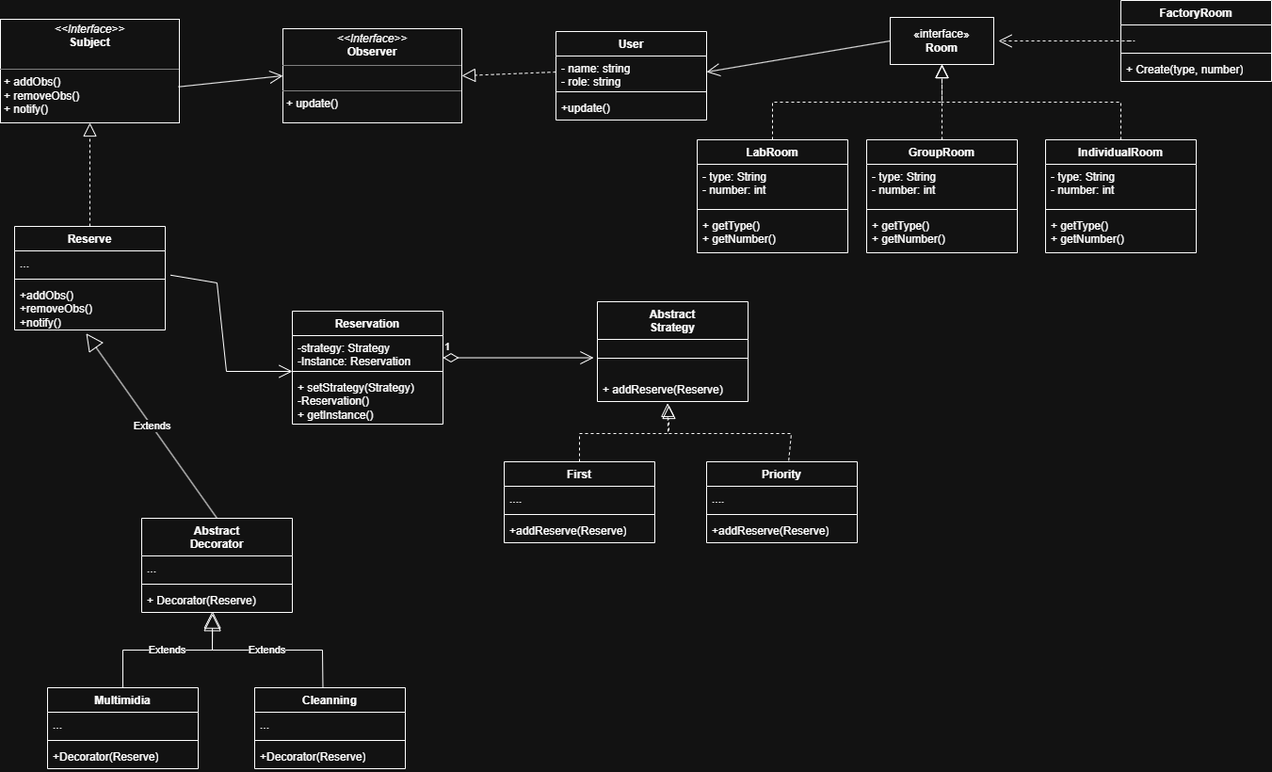
This is docs/UML.png from MarcosUeda42/reservaSala, a draw.io export, as it was before one commit. Source tidied: cells renumbered, new cells last; positions are measured from the earlier drawing's top-left corner, leaving out a move shared by most shapes.
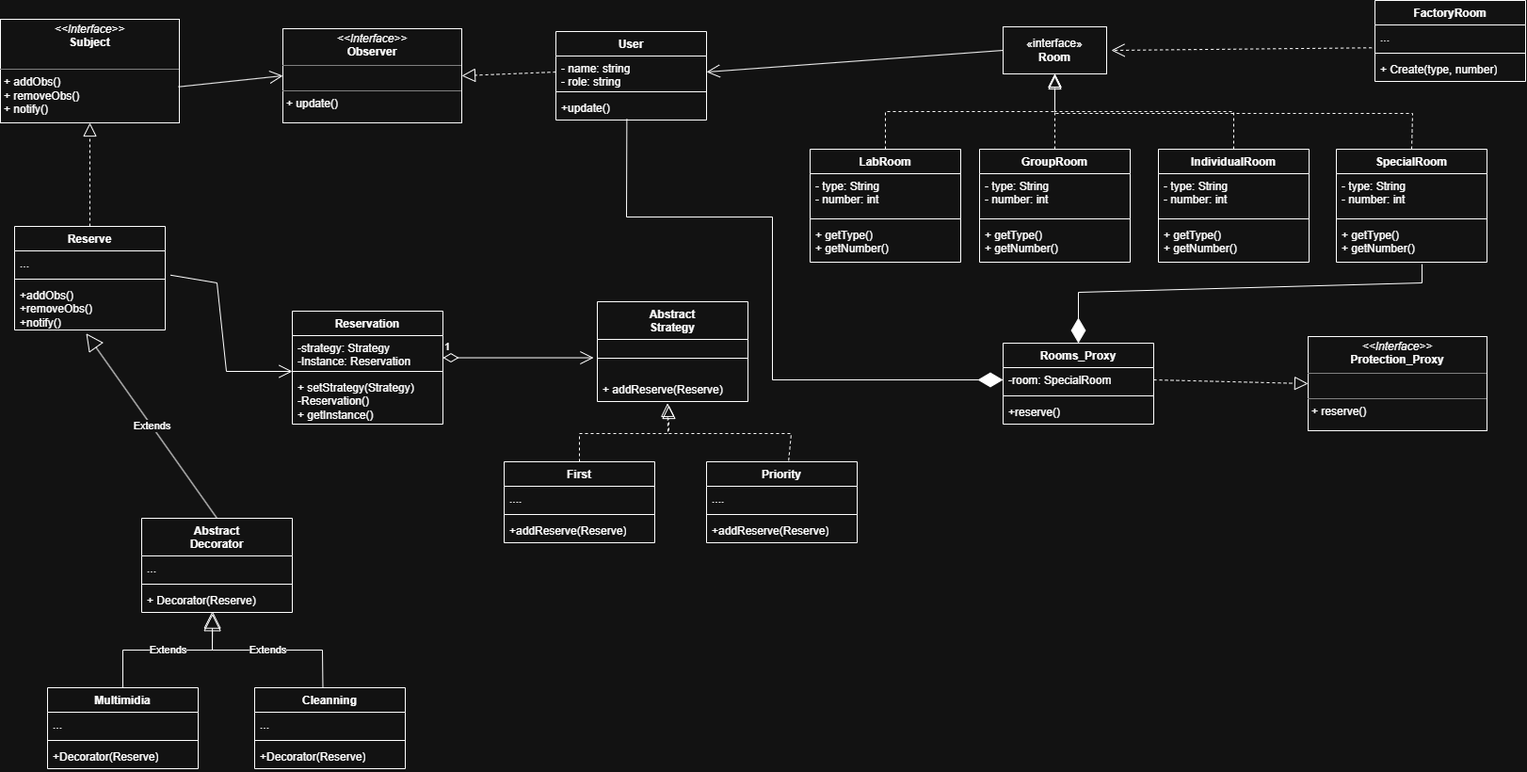
Later version of the same file.

Commit message:
criado arquivo com a descrição do problema e nova UML

Diff of the diagram source:
```diff
@@ -3,10 +3,10 @@
     <mxCell id="0" />
     <mxCell id="1" parent="0" />
     <mxCell id="2" value="«interface»&lt;br&gt;&lt;b&gt;Room&lt;/b&gt;" style="html=1;whiteSpace=wrap;" parent="1" vertex="1">
-      <mxGeometry x="945" y="18" width="110" height="50" as="geometry" />
+      <mxGeometry x="1065" y="28" width="110" height="50" as="geometry" />
     </mxCell>
     <mxCell id="3" value="GroupRoom" style="swimlane;fontStyle=1;align=center;verticalAlign=top;horizontal=1;startSize=26;whiteSpace=wrap;html=1;" parent="1" vertex="1">
-      <mxGeometry x="920" y="148" width="160" height="120" as="geometry" />
+      <mxGeometry x="1040" y="158" width="160" height="120" as="geometry" />
     </mxCell>
     <mxCell id="4" value="- type: String&lt;div&gt;- number: int&lt;/div&gt;" style="text;strokeColor=none;fillColor=none;align=left;verticalAlign=top;spacingLeft=4;spacingRight=4;overflow=hidden;whiteSpace=wrap;html=1;" parent="3" vertex="1">
       <mxGeometry y="26" width="160" height="44" as="geometry" />
@@ -18,7 +18,7 @@
       <mxGeometry y="78" width="160" height="42" as="geometry" />
     </mxCell>
     <mxCell id="7" value="LabRoom" style="swimlane;fontStyle=1;align=center;verticalAlign=top;horizontal=1;startSize=26;whiteSpace=wrap;html=1;" parent="1" vertex="1">
-      <mxGeometry x="740" y="148" width="160" height="120" as="geometry" />
+      <mxGeometry x="860" y="158" width="160" height="120" as="geometry" />
     </mxCell>
     <mxCell id="8" value="- type: String&lt;div&gt;- number: int&lt;/div&gt;" style="text;strokeColor=none;fillColor=none;align=left;verticalAlign=top;spacingLeft=4;spacingRight=4;overflow=hidden;whiteSpace=wrap;html=1;" parent="7" vertex="1">
       <mxGeometry y="26" width="160" height="44" as="geometry" />
@@ -30,7 +30,7 @@
       <mxGeometry y="78" width="160" height="42" as="geometry" />
     </mxCell>
     <mxCell id="11" value="IndividualRoom" style="swimlane;fontStyle=1;align=center;verticalAlign=top;horizontal=1;startSize=26;whiteSpace=wrap;html=1;" parent="1" vertex="1">
-      <mxGeometry x="1110" y="148" width="160" height="120" as="geometry" />
+      <mxGeometry x="1230" y="158" width="160" height="120" as="geometry" />
     </mxCell>
     <mxCell id="12" value="- type: String&lt;div&gt;- number: int&lt;/div&gt;" style="text;strokeColor=none;fillColor=none;align=left;verticalAlign=top;spacingLeft=4;spacingRight=4;overflow=hidden;whiteSpace=wrap;html=1;" parent="11" vertex="1">
       <mxGeometry y="26" width="160" height="44" as="geometry" />
@@ -43,29 +43,30 @@
     </mxCell>
     <mxCell id="15" style="endArrow=block;dashed=1;endFill=0;endSize=12;html=1;rounded=0;" parent="1" edge="1" source="3">
       <mxGeometry relative="1" as="geometry">
-        <mxPoint x="1000" y="68" as="targetPoint" />
+        <mxPoint x="1120" y="78" as="targetPoint" />
       </mxGeometry>
     </mxCell>
-    <mxCell id="16" style="endArrow=block;dashed=1;endFill=0;endSize=12;html=1;rounded=0;exitX=0.5;exitY=0;exitDx=0;exitDy=0;" parent="1" edge="1" source="7">
+    <mxCell id="16" style="endArrow=block;dashed=1;endFill=0;endSize=12;html=1;rounded=0;exitX=0.5;exitY=0;exitDx=0;exitDy=0;" parent="1" edge="1">
       <mxGeometry relative="1" as="geometry">
-        <mxPoint x="1000" y="68" as="targetPoint" />
+        <mxPoint x="940" y="158" as="sourcePoint" />
+        <mxPoint x="1120" y="78" as="targetPoint" />
         <Array as="points">
-          <mxPoint x="820" y="108" />
-          <mxPoint x="1000" y="108" />
+          <mxPoint x="940" y="118" />
+          <mxPoint x="1120" y="118" />
         </Array>
       </mxGeometry>
     </mxCell>
     <mxCell id="17" style="endArrow=block;dashed=1;endFill=0;endSize=12;html=1;rounded=0;exitX=0.5;exitY=0;exitDx=0;exitDy=0;" parent="1" edge="1" source="11">
       <mxGeometry relative="1" as="geometry">
-        <mxPoint x="1000" y="68" as="targetPoint" />
+        <mxPoint x="1120" y="78" as="targetPoint" />
         <Array as="points">
-          <mxPoint x="1190" y="108" />
-          <mxPoint x="1000" y="108" />
+          <mxPoint x="1310" y="118" />
+          <mxPoint x="1120" y="118" />
         </Array>
       </mxGeometry>
     </mxCell>
     <mxCell id="18" value="FactoryRoom" style="swimlane;fontStyle=1;align=center;verticalAlign=top;horizontal=1;startSize=26;whiteSpace=wrap;html=1;" parent="1" vertex="1">
-      <mxGeometry x="1190" width="160" height="86" as="geometry" />
+      <mxGeometry x="1460" width="160" height="86" as="geometry" />
     </mxCell>
     <mxCell id="19" value="..." style="text;strokeColor=none;fillColor=none;align=left;verticalAlign=top;spacingLeft=4;spacingRight=4;overflow=hidden;points=[[0,0.5],[1,0.5]];portConstraint=eastwest;whiteSpace=wrap;html=1;" parent="18" vertex="1">
       <mxGeometry y="26" width="160" height="26" as="geometry" />
@@ -76,10 +77,9 @@
     <mxCell id="21" value="+ Create(type, number)" style="text;strokeColor=none;fillColor=none;align=left;verticalAlign=top;spacingLeft=4;spacingRight=4;overflow=hidden;whiteSpace=wrap;html=1;" parent="18" vertex="1">
       <mxGeometry y="60" width="160" height="26" as="geometry" />
     </mxCell>
-    <mxCell id="22" style="endArrow=open;dashed=1;endFill=0;endSize=12;html=1;rounded=0;" parent="1" edge="1">
+    <mxCell id="22" style="endArrow=open;dashed=1;endFill=0;endSize=12;html=1;rounded=0;exitX=-0.021;exitY=0.934;exitDx=0;exitDy=0;exitPerimeter=0;" parent="1" edge="1" source="19">
       <mxGeometry relative="1" as="geometry">
-        <mxPoint x="1200" y="43" as="sourcePoint" />
-        <mxPoint x="1060" y="43" as="targetPoint" />
+        <mxPoint x="1180" y="53" as="targetPoint" />
       </mxGeometry>
     </mxCell>
     <mxCell id="23" value="&lt;div&gt;Abstract&lt;/div&gt;Strategy" style="swimlane;fontStyle=1;align=center;verticalAlign=top;horizontal=1;startSize=40;whiteSpace=wrap;html=1;" parent="1" vertex="1">
@@ -256,5 +256,62 @@
     <mxCell id="70" value="Extends" style="endArrow=block;endSize=16;endFill=0;html=1;rounded=0;exitX=0.5;exitY=0;exitDx=0;exitDy=0;entryX=0.475;entryY=1.073;entryDx=0;entryDy=0;entryPerimeter=0;" parent="1" edge="1" source="56" target="51">
       <mxGeometry relative="1" as="geometry" />
     </mxCell>
+    <mxCell id="71" value="SpecialRoom" style="swimlane;fontStyle=1;align=center;verticalAlign=top;horizontal=1;startSize=26;whiteSpace=wrap;html=1;" parent="1" vertex="1">
+      <mxGeometry x="1419" y="158" width="160" height="120" as="geometry" />
+    </mxCell>
+    <mxCell id="72" value="- type: String&lt;div&gt;- number: int&lt;/div&gt;" style="text;strokeColor=none;fillColor=none;align=left;verticalAlign=top;spacingLeft=4;spacingRight=4;overflow=hidden;whiteSpace=wrap;html=1;" parent="71" vertex="1">
+      <mxGeometry y="26" width="160" height="44" as="geometry" />
+    </mxCell>
+    <mxCell id="73" style="line;strokeWidth=1;fillColor=none;align=left;verticalAlign=middle;spacingTop=-1;spacingLeft=3;spacingRight=3;labelPosition=right;strokeColor=inherit;" parent="71" vertex="1">
+      <mxGeometry y="70" width="160" height="8" as="geometry" />
+    </mxCell>
+    <mxCell id="74" value="+ getType()&lt;div&gt;+ getNumber()&lt;/div&gt;" style="text;strokeColor=none;fillColor=none;align=left;verticalAlign=top;spacingLeft=4;spacingRight=4;overflow=hidden;whiteSpace=wrap;html=1;" parent="71" vertex="1">
+      <mxGeometry y="78" width="160" height="42" as="geometry" />
+    </mxCell>
+    <mxCell id="75" style="endArrow=block;dashed=1;endFill=0;endSize=12;html=1;rounded=0;exitX=0.5;exitY=0;exitDx=0;exitDy=0;" parent="1" edge="1" source="71">
+      <mxGeometry relative="1" as="geometry">
+        <mxPoint x="1120" y="80" as="targetPoint" />
+        <Array as="points">
+          <mxPoint x="1500" y="120" />
+          <mxPoint x="1120" y="120" />
+        </Array>
+      </mxGeometry>
+    </mxCell>
+    <mxCell id="76" value="&lt;p style=&quot;margin:0px;margin-top:4px;text-align:center;&quot;&gt;&lt;i&gt;&amp;lt;&amp;lt;Interface&amp;gt;&amp;gt;&lt;/i&gt;&lt;br&gt;&lt;b&gt;Protection_Proxy&lt;/b&gt;&lt;/p&gt;&lt;hr size=&quot;1&quot; style=&quot;border-style:solid;&quot;&gt;&lt;p style=&quot;margin:0px;margin-left:4px;&quot;&gt;&lt;br&gt;&lt;/p&gt;&lt;hr size=&quot;1&quot; style=&quot;border-style:solid;&quot;&gt;&lt;p style=&quot;margin:0px;margin-left:4px;&quot;&gt;+ reserve()&lt;/p&gt;" style="verticalAlign=top;align=left;overflow=fill;html=1;whiteSpace=wrap;" parent="1" vertex="1">
+      <mxGeometry x="1389" y="357" width="190" height="100" as="geometry" />
+    </mxCell>
+    <mxCell id="77" value="Rooms_Proxy" style="swimlane;fontStyle=1;align=center;verticalAlign=top;horizontal=1;startSize=26;whiteSpace=wrap;html=1;" parent="1" vertex="1">
+      <mxGeometry x="1065" y="364" width="160" height="86" as="geometry" />
+    </mxCell>
+    <mxCell id="78" value="-room: SpecialRoom" style="text;strokeColor=none;fillColor=none;align=left;verticalAlign=top;spacingLeft=4;spacingRight=4;overflow=hidden;points=[[0,0.5],[1,0.5]];portConstraint=eastwest;whiteSpace=wrap;html=1;" parent="77" vertex="1">
+      <mxGeometry y="26" width="160" height="26" as="geometry" />
+    </mxCell>
+    <mxCell id="79" style="line;strokeWidth=1;fillColor=none;align=left;verticalAlign=middle;spacingTop=-1;spacingLeft=3;spacingRight=3;labelPosition=right;strokeColor=inherit;" parent="77" vertex="1">
+      <mxGeometry y="52" width="160" height="8" as="geometry" />
+    </mxCell>
+    <mxCell id="80" value="+reserve()" style="text;strokeColor=none;fillColor=none;align=left;verticalAlign=top;spacingLeft=4;spacingRight=4;overflow=hidden;whiteSpace=wrap;html=1;" parent="77" vertex="1">
+      <mxGeometry y="60" width="160" height="26" as="geometry" />
+    </mxCell>
+    <mxCell id="81" style="endArrow=block;dashed=1;endFill=0;endSize=12;html=1;rounded=0;entryX=0;entryY=0.5;entryDx=0;entryDy=0;exitX=1;exitY=0.5;exitDx=0;exitDy=0;" parent="1" edge="1" source="78" target="76">
+      <mxGeometry relative="1" as="geometry" />
+    </mxCell>
+    <mxCell id="82" style="endArrow=diamondThin;endFill=1;endSize=24;html=1;rounded=0;entryX=0.5;entryY=0;entryDx=0;entryDy=0;" parent="1" edge="1" target="77">
+      <mxGeometry relative="1" as="geometry">
+        <mxPoint x="1510" y="280" as="sourcePoint" />
+        <Array as="points">
+          <mxPoint x="1510" y="300" />
+          <mxPoint x="1145" y="310" />
+        </Array>
+      </mxGeometry>
+    </mxCell>
+    <mxCell id="83" style="endArrow=diamondThin;endFill=1;endSize=24;html=1;rounded=0;entryX=0;entryY=0.5;entryDx=0;entryDy=0;exitX=0.471;exitY=0.962;exitDx=0;exitDy=0;exitPerimeter=0;" parent="1" edge="1" source="46" target="78">
+      <mxGeometry relative="1" as="geometry">
+        <Array as="points">
+          <mxPoint x="665" y="230" />
+          <mxPoint x="820" y="230" />
+          <mxPoint x="820" y="403" />
+        </Array>
+      </mxGeometry>
+    </mxCell>
   </root>
 </mxGraphModel>
```
